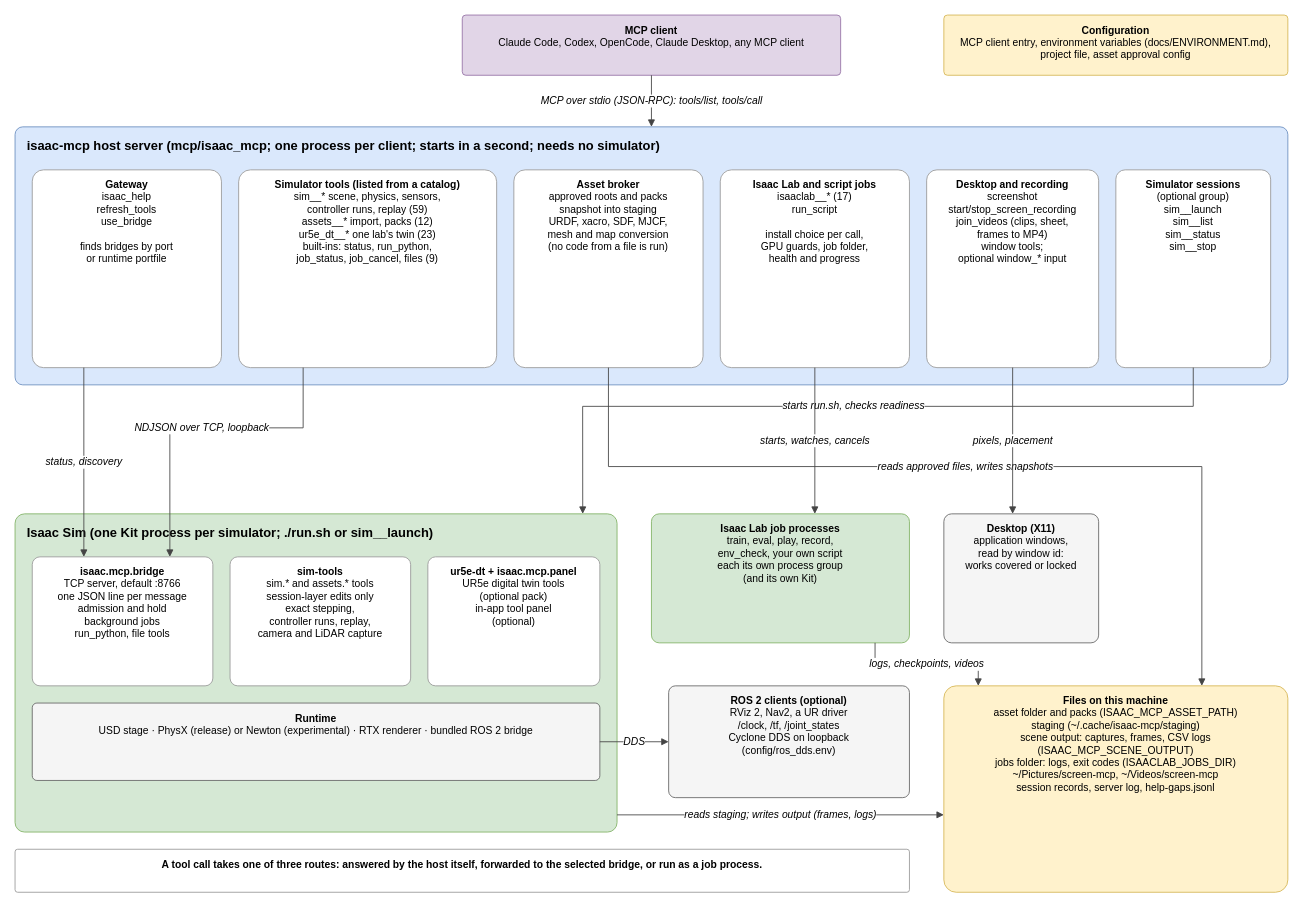
kalebcoleman/isaac-mcp keeps this draw.io diagram as docs/architecture.drawio. Above is the earlier version. Source tidied: cells renumbered, new cells numbered last; positions are measured from the earlier drawing's top-left corner, leaving out a move shared by most shapes. Both pictures are drawn from the tidied source at 86%, with x=0, y=0 at pixel (15, 15).
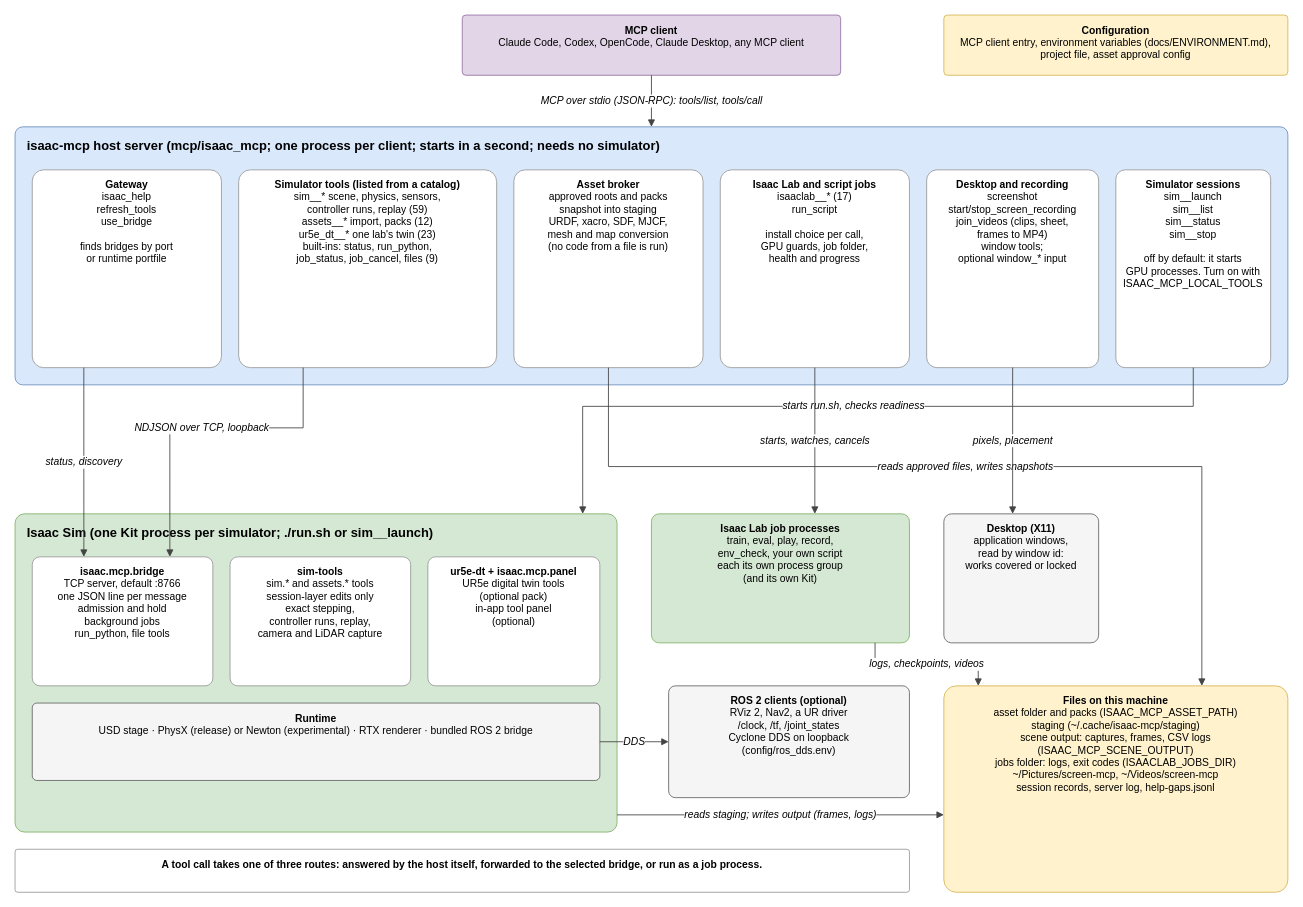
After the change.

Commit message (it also covers changes not shown here):
README: lead the architecture section with the diagram; say why simulator sessions are off by default

Change to the diagram source:
```diff
@@
-    <mxCell id="10" value="&lt;b&gt;Simulator sessions&lt;/b&gt;&lt;br&gt;(optional group)&lt;br&gt;sim__launch&lt;br&gt;sim__list&lt;br&gt;sim__status&lt;br&gt;sim__stop" style="rounded=1;arcSize=6;whiteSpace=wrap;html=1;fillColor=#ffffff;strokeColor=#999999;verticalAlign=top;spacingTop=4;fontSize=12;" parent="1" vertex="1">
+    <mxCell id="10" value="&lt;b&gt;Simulator sessions&lt;/b&gt;&lt;br&gt;sim__launch&lt;br&gt;sim__list&lt;br&gt;sim__status&lt;br&gt;sim__stop&lt;br&gt;&lt;br&gt;off by default: it starts&lt;br&gt;GPU processes. Turn on with&lt;br&gt;ISAAC_MCP_LOCAL_TOOLS" style="rounded=1;arcSize=6;whiteSpace=wrap;html=1;fillColor=#ffffff;strokeColor=#999999;verticalAlign=top;spacingTop=4;fontSize=12;" parent="1" vertex="1">
       <mxGeometry x="1280" y="180" width="180" height="230" as="geometry" />
     </mxCell>
```
